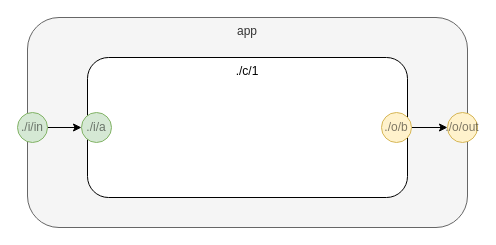
Before: page "app" (1 of 8) of v2/hello.drawio in guitarvydas/asc-manually, a draw.io diagram. Source tidied: cells renumbered, new cells numbered last; positions are measured from the earlier drawing's top-left corner, leaving out a move shared by most shapes. Both pictures are drawn from the tidied source at 100%, with x=0, y=0 at pixel (17, 17).
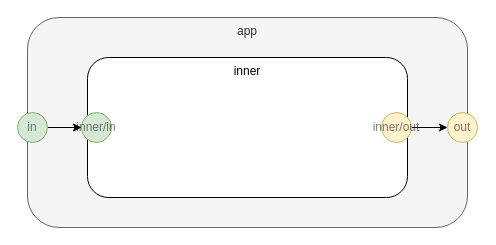
The same diagram, later.

Change to the diagram source:
```diff
@@
 <mxGraphModel>
   <root>
     <mxCell id="0" />
     <mxCell id="1" parent="0" />
     <mxCell id="2" value="app" style="rounded=1;whiteSpace=wrap;html=1;verticalAlign=top;fillColor=#f5f5f5;strokeColor=#666666;fontColor=#333333;" parent="1" vertex="1">
       <mxGeometry x="10" width="440" height="210" as="geometry" />
     </mxCell>
-    <mxCell id="3" value="./c/1" style="rounded=1;whiteSpace=wrap;html=1;verticalAlign=top;" parent="1" vertex="1">
+    <mxCell id="3" value="inner" style="rounded=1;whiteSpace=wrap;html=1;verticalAlign=top;" parent="1" vertex="1">
       <mxGeometry x="70" y="40" width="320" height="140" as="geometry" />
     </mxCell>
-    <mxCell id="4" value="./o/out" style="ellipse;whiteSpace=wrap;html=1;fillColor=#fff2cc;align=center;strokeColor=#d6b656;textOpacity=50;" parent="1" vertex="1">
+    <mxCell id="4" value="out" style="ellipse;whiteSpace=wrap;html=1;fillColor=#fff2cc;align=center;strokeColor=#d6b656;textOpacity=50;" parent="1" vertex="1">
       <mxGeometry x="430" y="95" width="30" height="30" as="geometry" />
     </mxCell>
     <mxCell id="5" style="edgeStyle=orthogonalEdgeStyle;rounded=0;jettySize=auto;html=1;exitX=1;exitY=0.5;exitDx=0;exitDy=0;entryX=0;entryY=0.5;entryDx=0;entryDy=0;" parent="1" edge="1" source="6" target="7">
       <mxGeometry relative="1" as="geometry" />
     </mxCell>
-    <mxCell id="6" value="./i/in" style="ellipse;whiteSpace=wrap;html=1;fillColor=#d5e8d4;align=center;strokeColor=#82b366;textOpacity=50;" parent="1" vertex="1">
+    <mxCell id="6" value="in" style="ellipse;whiteSpace=wrap;html=1;fillColor=#d5e8d4;align=center;strokeColor=#82b366;textOpacity=50;" parent="1" vertex="1">
       <mxGeometry y="95" width="30" height="30" as="geometry" />
     </mxCell>
-    <mxCell id="7" value="./i/a" style="ellipse;whiteSpace=wrap;html=1;fillColor=#d5e8d4;align=center;strokeColor=#82b366;textOpacity=50;" parent="1" vertex="1">
+    <mxCell id="7" value="inner/in" style="ellipse;whiteSpace=wrap;html=1;fillColor=#d5e8d4;align=center;strokeColor=#82b366;textOpacity=50;" parent="1" vertex="1">
       <mxGeometry x="64" y="95" width="30" height="30" as="geometry" />
     </mxCell>
     <mxCell id="8" style="edgeStyle=orthogonalEdgeStyle;rounded=0;jettySize=auto;html=1;exitX=1;exitY=0.5;exitDx=0;exitDy=0;" parent="1" edge="1" source="9" target="4">
       <mxGeometry relative="1" as="geometry" />
     </mxCell>
-    <mxCell id="9" value="./o/b" style="ellipse;whiteSpace=wrap;html=1;fillColor=#fff2cc;align=center;strokeColor=#d6b656;textOpacity=50;" parent="1" vertex="1">
+    <mxCell id="9" value="inner/out" style="ellipse;whiteSpace=wrap;html=1;fillColor=#fff2cc;align=center;strokeColor=#d6b656;textOpacity=50;" parent="1" vertex="1">
       <mxGeometry x="364" y="95" width="30" height="30" as="geometry" />
     </mxCell>
   </root>
 </mxGraphModel>
```
